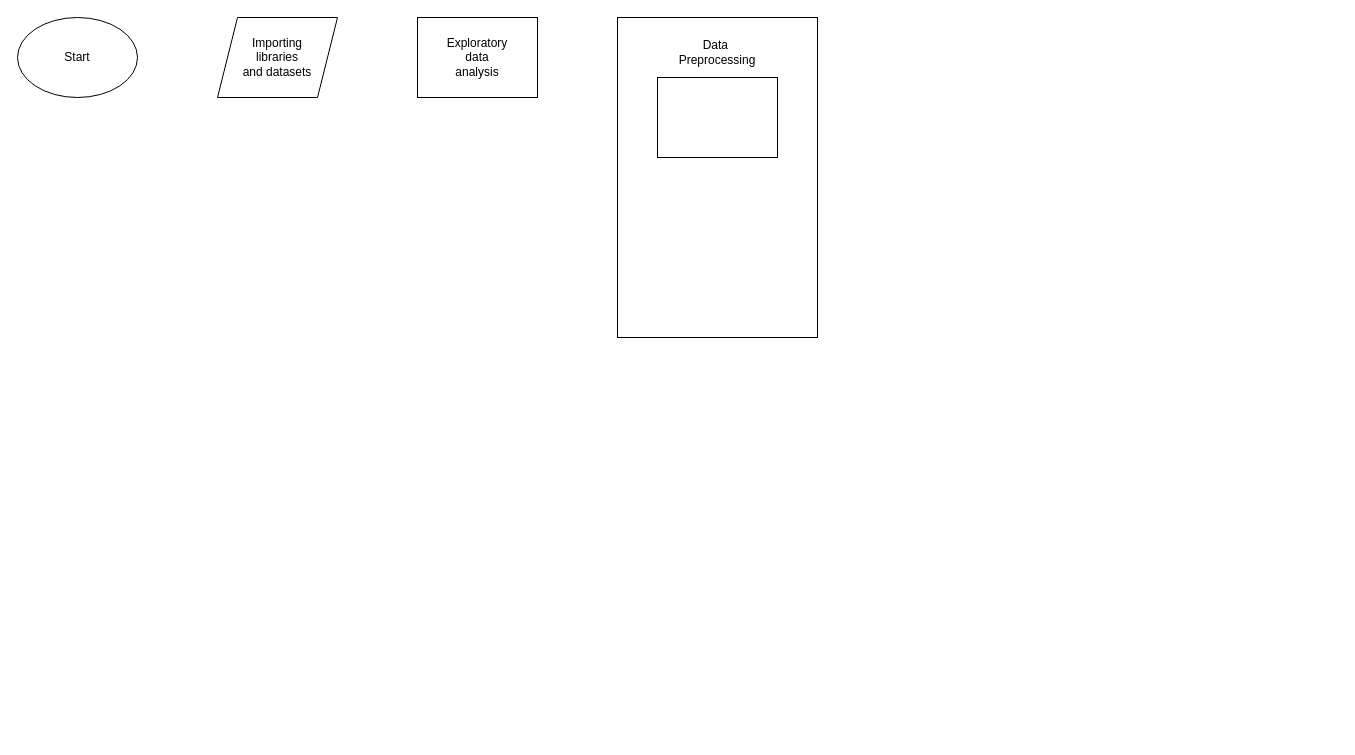
zwniff/azure-sky keeps this draw.io diagram as azure-sky.drawio. Above is the earlier version. Source tidied: cells renumbered, new cells numbered last; positions are measured from the earlier drawing's top-left corner, leaving out a move shared by most shapes. Both pictures are drawn from the tidied source at 100%, with x=0, y=0 at pixel (17, 17).
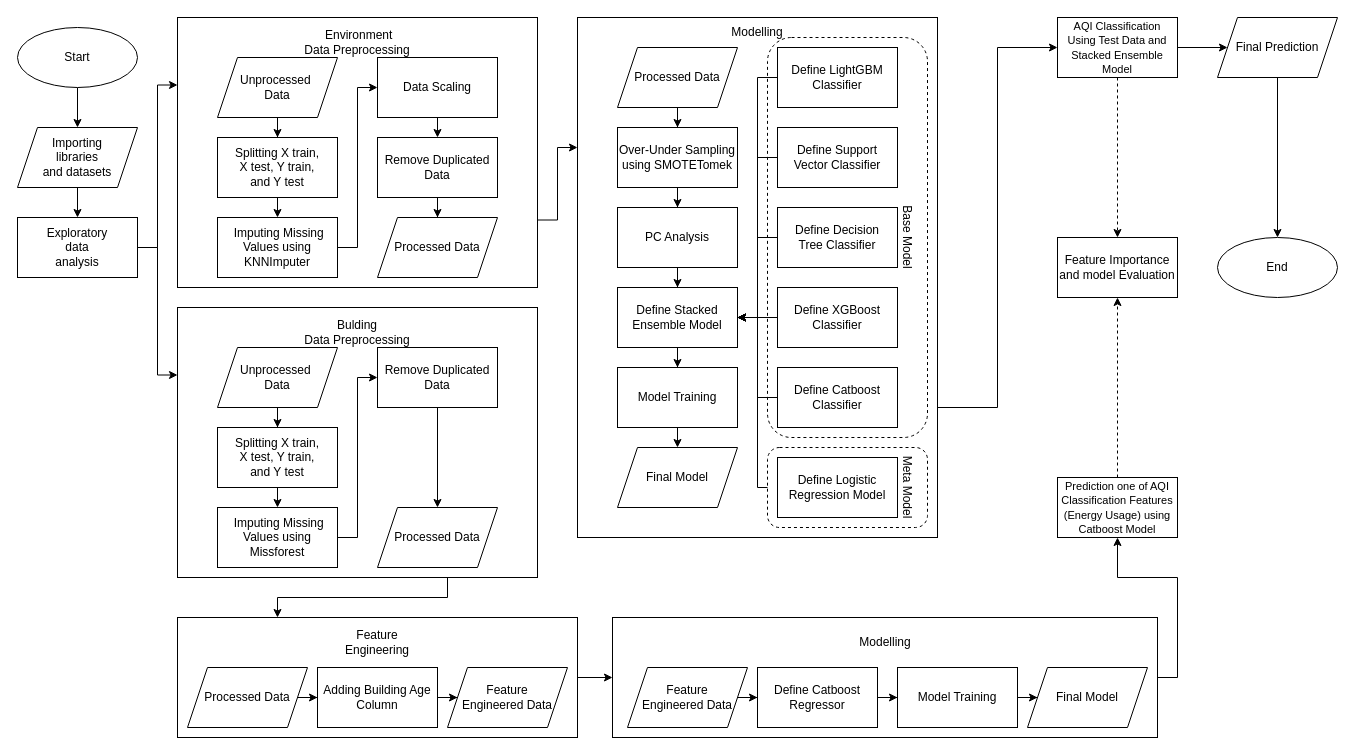
Above is the later version.

Diff of the diagram source:
```diff
@@
+    <mxCell id="8" style="edgeStyle=orthogonalEdgeStyle;rounded=0;jettySize=auto;html=1;exitX=0.5;exitY=1;exitDx=0;exitDy=0;entryX=0.5;entryY=0;entryDx=0;entryDy=0;" parent="1" edge="1" source="2" target="3">
+      <mxGeometry relative="1" as="geometry" />
+    </mxCell>
     <mxCell id="2" value="Start" style="ellipse;whiteSpace=wrap;html=1;" parent="1" vertex="1">
-      <mxGeometry width="120" height="80" as="geometry" />
+      <mxGeometry y="10" width="120" height="60" as="geometry" />
     </mxCell>
+    <mxCell id="9" style="edgeStyle=orthogonalEdgeStyle;rounded=0;jettySize=auto;html=1;exitX=0.5;exitY=1;exitDx=0;exitDy=0;entryX=0.5;entryY=0;entryDx=0;entryDy=0;" parent="1" edge="1" source="3" target="4">
+      <mxGeometry relative="1" as="geometry" />
+    </mxCell>
     <mxCell id="3" value="Importing &lt;br&gt;libraries &lt;br&gt;and datasets" style="shape=parallelogram;perimeter=parallelogramPerimeter;whiteSpace=wrap;html=1;fixedSize=1;" parent="1" vertex="1">
-      <mxGeometry x="200" width="120" height="80" as="geometry" />
+      <mxGeometry y="110" width="120" height="60" as="geometry" />
     </mxCell>
+    <mxCell id="10" style="edgeStyle=orthogonalEdgeStyle;rounded=0;jettySize=auto;html=1;entryX=0;entryY=0.25;entryDx=0;entryDy=0;" parent="1" edge="1" source="4" target="5">
+      <mxGeometry relative="1" as="geometry" />
+    </mxCell>
+    <mxCell id="11" style="edgeStyle=orthogonalEdgeStyle;rounded=0;jettySize=auto;html=1;entryX=0;entryY=0.25;entryDx=0;entryDy=0;" parent="1" edge="1" source="4" target="57">
+      <mxGeometry relative="1" as="geometry" />
+    </mxCell>
     <mxCell id="4" value="Exploratory &lt;br&gt;data &lt;br&gt;analysis" style="rounded=0;whiteSpace=wrap;html=1;" parent="1" vertex="1">
-      <mxGeometry x="400" width="120" height="80" as="geometry" />
+      <mxGeometry y="200" width="120" height="60" as="geometry" />
     </mxCell>
+    <mxCell id="12" style="edgeStyle=orthogonalEdgeStyle;rounded=0;jettySize=auto;html=1;exitX=1;exitY=0.75;exitDx=0;exitDy=0;entryX=0;entryY=0.25;entryDx=0;entryDy=0;" parent="1" edge="1" source="5" target="27">
+      <mxGeometry relative="1" as="geometry" />
+    </mxCell>
     <mxCell id="5" style="rounded=0;whiteSpace=wrap;html=1;" parent="1" vertex="1">
-      <mxGeometry x="600" width="200" height="320" as="geometry" />
+      <mxGeometry x="160" width="360" height="270" as="geometry" />
     </mxCell>
-    <mxCell id="6" value="Data&amp;nbsp; Preprocessing" style="text;html=1;align=center;verticalAlign=middle;whiteSpace=wrap;rounded=0;" parent="1" vertex="1">
-      <mxGeometry x="645" y="20" width="110" height="30" as="geometry" />
-    </mxCell>
-    <mxCell id="7" style="rounded=0;whiteSpace=wrap;html=1;" parent="1" vertex="1">
-      <mxGeometry x="640" y="60" width="120" height="80" as="geometry" />
-    </mxCell>
+    <mxCell id="13" style="edgeStyle=orthogonalEdgeStyle;rounded=0;jettySize=auto;html=1;" parent="1" edge="1" source="14" target="16">
+      <mxGeometry relative="1" as="geometry" />
+    </mxCell>
+    <mxCell id="14" value="&lt;div&gt;Unprocessed&amp;nbsp;&lt;/div&gt;&lt;div&gt;Data&lt;/div&gt;" style="rounded=0;whiteSpace=wrap;html=1;shape=parallelogram;perimeter=parallelogramPerimeter;fixedSize=1;" parent="1" vertex="1">
+      <mxGeometry x="200" y="40" width="120" height="60" as="geometry" />
+    </mxCell>
+    <mxCell id="15" style="edgeStyle=orthogonalEdgeStyle;rounded=0;jettySize=auto;html=1;exitX=0.5;exitY=1;exitDx=0;exitDy=0;entryX=0.5;entryY=0;entryDx=0;entryDy=0;" parent="1" edge="1" source="16" target="18">
+      <mxGeometry relative="1" as="geometry" />
+    </mxCell>
+    <mxCell id="16" value="Splitting X train, &lt;br&gt;X test, Y train, &lt;br&gt;and Y test" style="rounded=0;whiteSpace=wrap;html=1;" parent="1" vertex="1">
+      <mxGeometry x="200" y="120" width="120" height="60" as="geometry" />
+    </mxCell>
+    <mxCell id="17" style="edgeStyle=orthogonalEdgeStyle;rounded=0;jettySize=auto;html=1;exitX=1;exitY=0.5;exitDx=0;exitDy=0;entryX=0;entryY=0.5;entryDx=0;entryDy=0;" parent="1" edge="1" source="18" target="20">
+      <mxGeometry relative="1" as="geometry" />
+    </mxCell>
+    <mxCell id="18" value="&lt;font&gt;&amp;nbsp;Imputing Missing Values using KNNImputer&lt;br&gt;&lt;/font&gt;" style="rounded=0;whiteSpace=wrap;html=1;" parent="1" vertex="1">
+      <mxGeometry x="200" y="200" width="120" height="60" as="geometry" />
+    </mxCell>
+    <mxCell id="19" style="edgeStyle=orthogonalEdgeStyle;rounded=0;jettySize=auto;html=1;exitX=0.5;exitY=1;exitDx=0;exitDy=0;entryX=0.5;entryY=0;entryDx=0;entryDy=0;" parent="1" edge="1" source="20" target="22">
+      <mxGeometry relative="1" as="geometry" />
+    </mxCell>
+    <mxCell id="20" value="Data Scaling" style="rounded=0;whiteSpace=wrap;html=1;" parent="1" vertex="1">
+      <mxGeometry x="360" y="40" width="120" height="60" as="geometry" />
+    </mxCell>
+    <mxCell id="21" style="edgeStyle=orthogonalEdgeStyle;rounded=0;jettySize=auto;html=1;" parent="1" edge="1" source="22" target="24">
+      <mxGeometry relative="1" as="geometry" />
+    </mxCell>
+    <mxCell id="22" value="Remove Duplicated Data" style="rounded=0;whiteSpace=wrap;html=1;" parent="1" vertex="1">
+      <mxGeometry x="360" y="120" width="120" height="60" as="geometry" />
+    </mxCell>
+    <mxCell id="23" style="edgeStyle=orthogonalEdgeStyle;rounded=0;orthogonalLoop=1;jettySize=auto;html=1;exitX=1;exitY=0.5;exitDx=0;exitDy=0;entryX=1;entryY=0.5;entryDx=0;entryDy=0;" parent="1" edge="1" source="20" target="20">
+      <mxGeometry relative="1" as="geometry" />
+    </mxCell>
+    <mxCell id="24" value="Processed Data" style="rounded=0;whiteSpace=wrap;html=1;shape=parallelogram;perimeter=parallelogramPerimeter;fixedSize=1;" parent="1" vertex="1">
+      <mxGeometry x="360" y="200" width="120" height="60" as="geometry" />
+    </mxCell>
+    <mxCell id="25" value="&amp;nbsp;Environment&lt;br&gt;Data Preprocessing" style="text;html=1;align=center;verticalAlign=middle;whiteSpace=wrap;rounded=0;" parent="1" vertex="1">
+      <mxGeometry x="275" y="10" width="130" height="30" as="geometry" />
+    </mxCell>
+    <mxCell id="26" style="edgeStyle=orthogonalEdgeStyle;rounded=0;jettySize=auto;html=1;exitX=1;exitY=0.75;exitDx=0;exitDy=0;" parent="1" edge="1" source="27" target="89">
+      <mxGeometry relative="1" as="geometry" />
+    </mxCell>
+    <mxCell id="27" style="rounded=0;whiteSpace=wrap;html=1;" parent="1" vertex="1">
+      <mxGeometry x="560" width="360" height="520" as="geometry" />
+    </mxCell>
+    <mxCell id="28" value="Modelling" style="text;html=1;align=center;verticalAlign=middle;whiteSpace=wrap;rounded=0;" parent="1" vertex="1">
+      <mxGeometry x="680" width="120" height="30" as="geometry" />
+    </mxCell>
+    <mxCell id="29" style="edgeStyle=orthogonalEdgeStyle;rounded=0;jettySize=auto;html=1;" parent="1" edge="1" source="30" target="32">
+      <mxGeometry relative="1" as="geometry" />
+    </mxCell>
+    <mxCell id="30" value="Processed Data" style="rounded=0;whiteSpace=wrap;html=1;shape=parallelogram;perimeter=parallelogramPerimeter;fixedSize=1;" parent="1" vertex="1">
+      <mxGeometry x="600" y="30" width="120" height="60" as="geometry" />
+    </mxCell>
+    <mxCell id="31" style="edgeStyle=orthogonalEdgeStyle;rounded=0;jettySize=auto;html=1;" parent="1" edge="1" source="32" target="34">
+      <mxGeometry relative="1" as="geometry" />
+    </mxCell>
+    <mxCell id="32" value="Over-Under Sampling using SMOTETomek" style="rounded=0;whiteSpace=wrap;html=1;" parent="1" vertex="1">
+      <mxGeometry x="600" y="110" width="120" height="60" as="geometry" />
+    </mxCell>
+    <mxCell id="33" style="edgeStyle=orthogonalEdgeStyle;rounded=0;jettySize=auto;html=1;" parent="1" edge="1" source="34" target="36">
+      <mxGeometry relative="1" as="geometry" />
+    </mxCell>
+    <mxCell id="34" value="PC Analysis" style="rounded=0;whiteSpace=wrap;html=1;" parent="1" vertex="1">
+      <mxGeometry x="600" y="190" width="120" height="60" as="geometry" />
+    </mxCell>
+    <mxCell id="35" style="edgeStyle=orthogonalEdgeStyle;rounded=0;jettySize=auto;html=1;" parent="1" edge="1" source="36" target="54">
+      <mxGeometry relative="1" as="geometry" />
+    </mxCell>
+    <mxCell id="36" value="Define Stacked Ensemble Model" style="rounded=0;whiteSpace=wrap;html=1;" parent="1" vertex="1">
+      <mxGeometry x="600" y="270" width="120" height="60" as="geometry" />
+    </mxCell>
+    <mxCell id="37" style="rounded=1;whiteSpace=wrap;html=1;dashed=1;" parent="1" vertex="1">
+      <mxGeometry x="750" y="20" width="160" height="400" as="geometry" />
+    </mxCell>
+    <mxCell id="38" style="edgeStyle=orthogonalEdgeStyle;rounded=0;jettySize=auto;html=1;entryX=1;entryY=0.5;entryDx=0;entryDy=0;" parent="1" edge="1" source="39" target="36">
+      <mxGeometry relative="1" as="geometry" />
+    </mxCell>
+    <mxCell id="39" value="Define LightGBM Classifier" style="rounded=0;whiteSpace=wrap;html=1;" parent="1" vertex="1">
+      <mxGeometry x="760" y="30" width="120" height="60" as="geometry" />
+    </mxCell>
+    <mxCell id="40" style="edgeStyle=orthogonalEdgeStyle;rounded=0;jettySize=auto;html=1;entryX=1;entryY=0.5;entryDx=0;entryDy=0;" parent="1" edge="1" source="41" target="36">
+      <mxGeometry relative="1" as="geometry" />
+    </mxCell>
+    <mxCell id="41" value="Define Support &lt;br&gt;Vector Classifier" style="rounded=0;whiteSpace=wrap;html=1;" parent="1" vertex="1">
+      <mxGeometry x="760" y="110" width="120" height="60" as="geometry" />
+    </mxCell>
+    <mxCell id="42" style="edgeStyle=orthogonalEdgeStyle;rounded=0;jettySize=auto;html=1;entryX=1;entryY=0.5;entryDx=0;entryDy=0;" parent="1" edge="1" source="43" target="36">
+      <mxGeometry relative="1" as="geometry" />
+    </mxCell>
+    <mxCell id="43" value="Define Decision &lt;br&gt;Tree Classifier" style="rounded=0;whiteSpace=wrap;html=1;" parent="1" vertex="1">
+      <mxGeometry x="760" y="190" width="120" height="60" as="geometry" />
+    </mxCell>
+    <mxCell id="44" style="edgeStyle=orthogonalEdgeStyle;rounded=0;jettySize=auto;html=1;" parent="1" edge="1" source="45" target="36">
+      <mxGeometry relative="1" as="geometry" />
+    </mxCell>
+    <mxCell id="45" value="Define XGBoost Classifier" style="rounded=0;whiteSpace=wrap;html=1;" parent="1" vertex="1">
+      <mxGeometry x="760" y="270" width="120" height="60" as="geometry" />
+    </mxCell>
+    <mxCell id="46" style="edgeStyle=orthogonalEdgeStyle;rounded=0;jettySize=auto;html=1;entryX=1;entryY=0.5;entryDx=0;entryDy=0;" parent="1" edge="1" source="47" target="36">
+      <mxGeometry relative="1" as="geometry" />
+    </mxCell>
+    <mxCell id="47" value="Define Catboost Classifier" style="rounded=0;whiteSpace=wrap;html=1;" parent="1" vertex="1">
+      <mxGeometry x="760" y="350" width="120" height="60" as="geometry" />
+    </mxCell>
+    <mxCell id="48" style="edgeStyle=orthogonalEdgeStyle;rounded=0;jettySize=auto;html=1;entryX=1;entryY=0.5;entryDx=0;entryDy=0;" parent="1" edge="1" source="50" target="36">
+      <mxGeometry relative="1" as="geometry" />
+    </mxCell>
+    <mxCell id="49" style="rounded=1;whiteSpace=wrap;html=1;dashed=1;" parent="1" vertex="1">
+      <mxGeometry x="750" y="430" width="160" height="80" as="geometry" />
+    </mxCell>
+    <mxCell id="50" value="Define Logistic Regression Model" style="rounded=0;whiteSpace=wrap;html=1;" parent="1" vertex="1">
+      <mxGeometry x="760" y="440" width="120" height="60" as="geometry" />
+    </mxCell>
+    <mxCell id="51" value="Base Model" style="text;html=1;align=center;verticalAlign=middle;whiteSpace=wrap;rounded=0;rotation=90;" parent="1" vertex="1">
+      <mxGeometry x="840" y="205" width="100" height="30" as="geometry" />
+    </mxCell>
+    <mxCell id="52" value="Meta Model" style="text;html=1;align=center;verticalAlign=middle;whiteSpace=wrap;rounded=0;rotation=90;" parent="1" vertex="1">
+      <mxGeometry x="840" y="455" width="100" height="30" as="geometry" />
+    </mxCell>
+    <mxCell id="53" style="edgeStyle=orthogonalEdgeStyle;rounded=0;jettySize=auto;html=1;exitX=0.5;exitY=1;exitDx=0;exitDy=0;entryX=0.5;entryY=0;entryDx=0;entryDy=0;" parent="1" edge="1" source="54" target="55">
+      <mxGeometry relative="1" as="geometry" />
+    </mxCell>
+    <mxCell id="54" value="Model Training" style="rounded=0;whiteSpace=wrap;html=1;" parent="1" vertex="1">
+      <mxGeometry x="600" y="350" width="120" height="60" as="geometry" />
+    </mxCell>
+    <mxCell id="55" value="Final Model" style="shape=parallelogram;perimeter=parallelogramPerimeter;whiteSpace=wrap;html=1;fixedSize=1;" parent="1" vertex="1">
+      <mxGeometry x="600" y="430" width="120" height="60" as="geometry" />
+    </mxCell>
+    <mxCell id="56" style="edgeStyle=orthogonalEdgeStyle;rounded=0;jettySize=auto;html=1;exitX=0.75;exitY=1;exitDx=0;exitDy=0;entryX=0.25;entryY=0;entryDx=0;entryDy=0;" parent="1" edge="1" source="57" target="70">
+      <mxGeometry relative="1" as="geometry" />
+    </mxCell>
+    <mxCell id="57" style="rounded=0;whiteSpace=wrap;html=1;" parent="1" vertex="1">
+      <mxGeometry x="160" y="290" width="360" height="270" as="geometry" />
+    </mxCell>
+    <mxCell id="58" style="edgeStyle=orthogonalEdgeStyle;rounded=0;jettySize=auto;html=1;" parent="1" edge="1" source="59" target="61">
+      <mxGeometry relative="1" as="geometry" />
+    </mxCell>
+    <mxCell id="59" value="&lt;div&gt;Unprocessed&amp;nbsp;&lt;/div&gt;&lt;div&gt;Data&lt;/div&gt;" style="rounded=0;whiteSpace=wrap;html=1;shape=parallelogram;perimeter=parallelogramPerimeter;fixedSize=1;" parent="1" vertex="1">
+      <mxGeometry x="200" y="330" width="120" height="60" as="geometry" />
+    </mxCell>
+    <mxCell id="60" style="edgeStyle=orthogonalEdgeStyle;rounded=0;jettySize=auto;html=1;exitX=0.5;exitY=1;exitDx=0;exitDy=0;entryX=0.5;entryY=0;entryDx=0;entryDy=0;" parent="1" edge="1" source="61" target="63">
+      <mxGeometry relative="1" as="geometry" />
+    </mxCell>
+    <mxCell id="61" value="Splitting X train, &lt;br&gt;X test, Y train, &lt;br&gt;and Y test" style="rounded=0;whiteSpace=wrap;html=1;" parent="1" vertex="1">
+      <mxGeometry x="200" y="410" width="120" height="60" as="geometry" />
+    </mxCell>
+    <mxCell id="62" style="edgeStyle=orthogonalEdgeStyle;rounded=0;jettySize=auto;html=1;exitX=1;exitY=0.5;exitDx=0;exitDy=0;entryX=0;entryY=0.5;entryDx=0;entryDy=0;" parent="1" edge="1" source="63" target="65">
+      <mxGeometry relative="1" as="geometry" />
+    </mxCell>
+    <mxCell id="63" value="&lt;font&gt;&amp;nbsp;Imputing Missing Values using Missforest&lt;br&gt;&lt;/font&gt;" style="rounded=0;whiteSpace=wrap;html=1;" parent="1" vertex="1">
+      <mxGeometry x="200" y="490" width="120" height="60" as="geometry" />
+    </mxCell>
+    <mxCell id="64" style="edgeStyle=orthogonalEdgeStyle;rounded=0;jettySize=auto;html=1;entryX=0.5;entryY=0;entryDx=0;entryDy=0;" parent="1" edge="1" source="65" target="67">
+      <mxGeometry relative="1" as="geometry" />
+    </mxCell>
+    <mxCell id="65" value="Remove Duplicated Data" style="rounded=0;whiteSpace=wrap;html=1;" parent="1" vertex="1">
+      <mxGeometry x="360" y="330" width="120" height="60" as="geometry" />
+    </mxCell>
+    <mxCell id="66" style="edgeStyle=orthogonalEdgeStyle;rounded=0;orthogonalLoop=1;jettySize=auto;html=1;exitX=1;exitY=0.5;exitDx=0;exitDy=0;entryX=1;entryY=0.5;entryDx=0;entryDy=0;" parent="1" edge="1" source="65" target="65">
+      <mxGeometry relative="1" as="geometry" />
+    </mxCell>
+    <mxCell id="67" value="Processed Data" style="rounded=0;whiteSpace=wrap;html=1;shape=parallelogram;perimeter=parallelogramPerimeter;fixedSize=1;" parent="1" vertex="1">
+      <mxGeometry x="360" y="490" width="120" height="60" as="geometry" />
+    </mxCell>
+    <mxCell id="68" value="Bulding&lt;br&gt;&lt;div&gt;Data Preprocessing&lt;/div&gt;" style="text;html=1;align=center;verticalAlign=middle;whiteSpace=wrap;rounded=0;" parent="1" vertex="1">
+      <mxGeometry x="275" y="300" width="130" height="30" as="geometry" />
+    </mxCell>
+    <mxCell id="69" style="edgeStyle=orthogonalEdgeStyle;rounded=0;jettySize=auto;html=1;" parent="1" edge="1" source="70" target="78">
+      <mxGeometry relative="1" as="geometry" />
+    </mxCell>
+    <mxCell id="70" style="rounded=0;whiteSpace=wrap;html=1;" parent="1" vertex="1">
+      <mxGeometry x="160" y="600" width="400" height="120" as="geometry" />
+    </mxCell>
+    <mxCell id="71" style="edgeStyle=orthogonalEdgeStyle;rounded=0;jettySize=auto;html=1;entryX=0;entryY=0.5;entryDx=0;entryDy=0;" parent="1" edge="1" source="72" target="75">
+      <mxGeometry relative="1" as="geometry" />
+    </mxCell>
+    <mxCell id="72" value="Processed Data" style="rounded=0;whiteSpace=wrap;html=1;shape=parallelogram;perimeter=parallelogramPerimeter;fixedSize=1;" parent="1" vertex="1">
+      <mxGeometry x="170" y="650" width="120" height="60" as="geometry" />
+    </mxCell>
+    <mxCell id="73" value="Feature &lt;br&gt;Engineered Data" style="rounded=0;whiteSpace=wrap;html=1;shape=parallelogram;perimeter=parallelogramPerimeter;fixedSize=1;" parent="1" vertex="1">
+      <mxGeometry x="430" y="650" width="120" height="60" as="geometry" />
+    </mxCell>
+    <mxCell id="74" style="edgeStyle=orthogonalEdgeStyle;rounded=0;jettySize=auto;html=1;entryX=0;entryY=0.5;entryDx=0;entryDy=0;" parent="1" edge="1" source="75" target="73">
+      <mxGeometry relative="1" as="geometry" />
+    </mxCell>
+    <mxCell id="75" value="Adding Building Age Column" style="rounded=0;whiteSpace=wrap;html=1;shape=label;fixedSize=1;" parent="1" vertex="1">
+      <mxGeometry x="300" y="650" width="120" height="60" as="geometry" />
+    </mxCell>
+    <mxCell id="76" value="Feature Engineering" style="text;html=1;align=center;verticalAlign=middle;whiteSpace=wrap;rounded=0;" parent="1" vertex="1">
+      <mxGeometry x="325" y="610" width="70" height="30" as="geometry" />
+    </mxCell>
+    <mxCell id="77" style="edgeStyle=orthogonalEdgeStyle;rounded=0;jettySize=auto;html=1;exitX=1;exitY=0.5;exitDx=0;exitDy=0;" parent="1" edge="1" source="78" target="91">
+      <mxGeometry relative="1" as="geometry" />
+    </mxCell>
+    <mxCell id="78" style="whiteSpace=wrap;html=1;rounded=0;" parent="1" vertex="1">
+      <mxGeometry x="595" y="600" width="545" height="120" as="geometry" />
+    </mxCell>
+    <mxCell id="79" style="edgeStyle=orthogonalEdgeStyle;rounded=0;jettySize=auto;html=1;" parent="1" edge="1" source="80" target="82">
+      <mxGeometry relative="1" as="geometry" />
+    </mxCell>
+    <mxCell id="80" value="Feature&lt;br&gt;Engineered Data" style="rounded=0;whiteSpace=wrap;html=1;shape=parallelogram;perimeter=parallelogramPerimeter;fixedSize=1;" parent="1" vertex="1">
+      <mxGeometry x="610" y="650" width="120" height="60" as="geometry" />
+    </mxCell>
+    <mxCell id="81" style="edgeStyle=orthogonalEdgeStyle;rounded=0;jettySize=auto;html=1;" parent="1" edge="1" source="82" target="84">
+      <mxGeometry relative="1" as="geometry" />
+    </mxCell>
+    <mxCell id="82" value="Define Catboost Regressor" style="whiteSpace=wrap;html=1;rounded=0;" parent="1" vertex="1">
+      <mxGeometry x="740" y="650" width="120" height="60" as="geometry" />
+    </mxCell>
+    <mxCell id="83" style="edgeStyle=orthogonalEdgeStyle;rounded=0;jettySize=auto;html=1;" parent="1" edge="1" source="84" target="85">
+      <mxGeometry relative="1" as="geometry" />
+    </mxCell>
+    <mxCell id="84" value="Model Training" style="whiteSpace=wrap;html=1;rounded=0;" parent="1" vertex="1">
+      <mxGeometry x="880" y="650" width="120" height="60" as="geometry" />
+    </mxCell>
+    <mxCell id="85" value="Final Model" style="whiteSpace=wrap;html=1;rounded=0;shape=parallelogram;perimeter=parallelogramPerimeter;fixedSize=1;" parent="1" vertex="1">
+      <mxGeometry x="1010" y="650" width="120" height="60" as="geometry" />
+    </mxCell>
+    <mxCell id="86" value="Modelling" style="text;html=1;align=center;verticalAlign=middle;whiteSpace=wrap;rounded=0;" parent="1" vertex="1">
+      <mxGeometry x="832.5" y="610" width="70" height="30" as="geometry" />
+    </mxCell>
+    <mxCell id="87" style="edgeStyle=orthogonalEdgeStyle;rounded=0;jettySize=auto;html=1;" parent="1" edge="1" source="89" target="93">
+      <mxGeometry relative="1" as="geometry" />
+    </mxCell>
+    <mxCell id="88" style="edgeStyle=orthogonalEdgeStyle;rounded=0;jettySize=auto;html=1;entryX=0.5;entryY=0;entryDx=0;entryDy=0;dashed=1;" parent="1" edge="1" source="89" target="94">
+      <mxGeometry relative="1" as="geometry" />
+    </mxCell>
+    <mxCell id="89" value="&lt;font style=&quot;font-size: 11px;&quot;&gt;AQI Classification &lt;br&gt;Using Test Data and Stacked Ensemble Model &lt;/font&gt;" style="rounded=0;whiteSpace=wrap;html=1;" parent="1" vertex="1">
+      <mxGeometry x="1040" width="120" height="60" as="geometry" />
+    </mxCell>
+    <mxCell id="90" style="edgeStyle=orthogonalEdgeStyle;rounded=0;jettySize=auto;html=1;entryX=0.5;entryY=1;entryDx=0;entryDy=0;dashed=1;" parent="1" edge="1" source="91" target="94">
+      <mxGeometry relative="1" as="geometry" />
+    </mxCell>
+    <mxCell id="91" value="&lt;font style=&quot;font-size: 11px;&quot;&gt;Prediction one of AQI Classification Features (Energy Usage) using Catboost Model&lt;br&gt;&lt;/font&gt;" style="rounded=0;whiteSpace=wrap;html=1;" parent="1" vertex="1">
+      <mxGeometry x="1040" y="460" width="120" height="60" as="geometry" />
+    </mxCell>
+    <mxCell id="92" style="edgeStyle=orthogonalEdgeStyle;rounded=0;jettySize=auto;html=1;" parent="1" edge="1" source="93" target="95">
+      <mxGeometry relative="1" as="geometry" />
+    </mxCell>
+    <mxCell id="93" value="Final Prediction" style="shape=parallelogram;perimeter=parallelogramPerimeter;whiteSpace=wrap;html=1;fixedSize=1;rounded=0;" parent="1" vertex="1">
+      <mxGeometry x="1200" width="120" height="60" as="geometry" />
+    </mxCell>
+    <mxCell id="94" value="Feature Importance and model Evaluation" style="rounded=0;whiteSpace=wrap;html=1;" parent="1" vertex="1">
+      <mxGeometry x="1040" y="220" width="120" height="60" as="geometry" />
+    </mxCell>
+    <mxCell id="95" value="End" style="ellipse;whiteSpace=wrap;html=1;" parent="1" vertex="1">
+      <mxGeometry x="1200" y="220" width="120" height="60" as="geometry" />
+    </mxCell>
```
